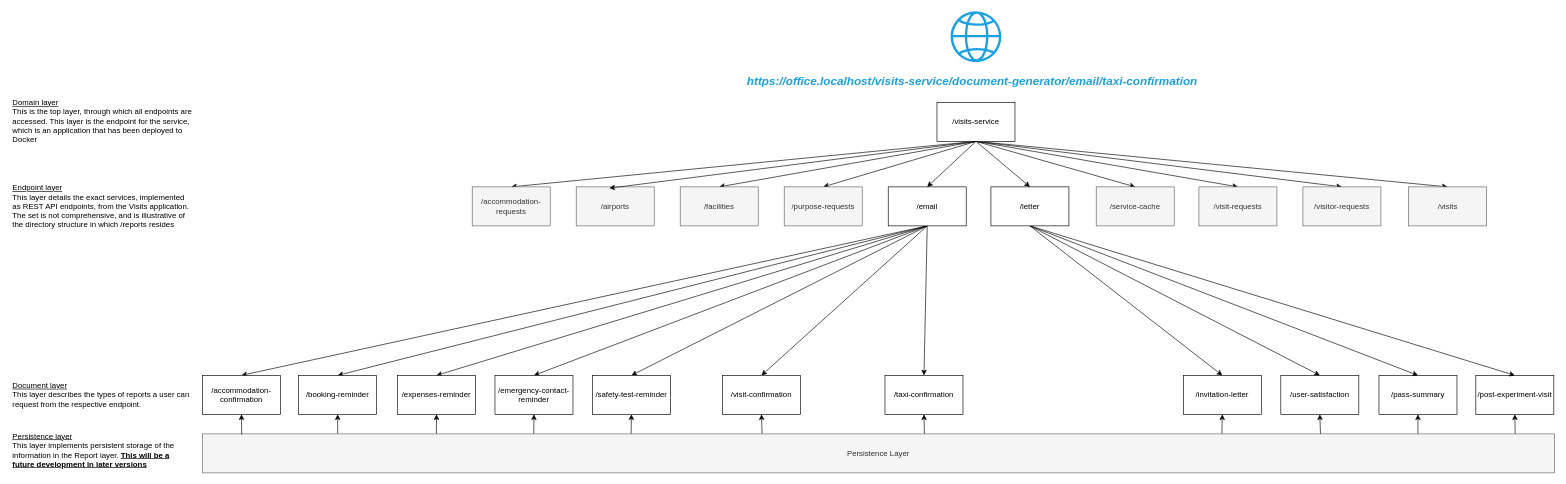
Above: Service URL hierarchy.drawio in ambolt314/FinalProjectDesign (draw.io), before the change. Source tidied: cells renumbered, new cells numbered last; positions are measured from the earlier drawing's top-left corner, leaving out a move shared by most shapes. Both pictures are drawn from the tidied source at 65%, with x=0, y=0 at pixel (11, 11).
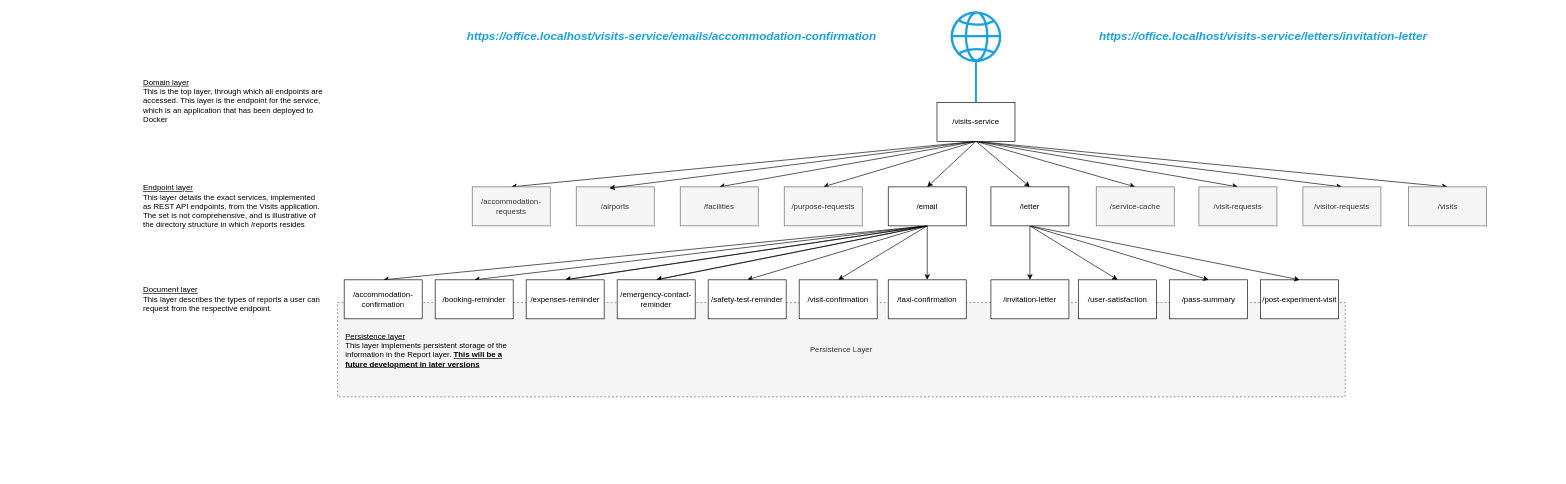
After the change.

Commit message:
Simplified service hierarchy

Unchanged cells that the change refers to:
```xml
<mxCell id="9" value="/visits-service" style="rounded=0;whiteSpace=wrap;html=1;" parent="1" vertex="1">
  <mxGeometry x="1424" y="140" width="120" height="60" as="geometry" />
</mxCell>
<mxCell id="18" value="/email" style="rounded=0;whiteSpace=wrap;html=1;" parent="1" vertex="1">
  <mxGeometry x="1349" y="270" width="120" height="60" as="geometry" />
</mxCell>
<mxCell id="41" style="sketch=0;outlineConnect=0;fillColor=#1BA1E2;strokeColor=#006EAF;dashed=0;verticalLabelPosition=bottom;verticalAlign=top;align=center;html=1;fontSize=12;fontStyle=0;shape=mxgraph.aws4.globe;fontColor=#ffffff;" parent="1" vertex="1">
  <mxGeometry x="1445" width="78" height="78" as="geometry" />
</mxCell>
```

The edit, as a diff of the source:
```diff
@@
+    <mxCell id="61" value="Persistence Layer" style="rounded=0;whiteSpace=wrap;html=1;fillColor=#f5f5f5;fontColor=#333333;strokeColor=#666666;dashed=1;" parent="1" vertex="1">
+      <mxGeometry x="502" y="448" width="1550" height="145" as="geometry" />
+    </mxCell>
@@
     <mxCell id="19" value="/visit-confirmation" style="rounded=0;whiteSpace=wrap;html=1;" parent="1" vertex="1">
-      <mxGeometry x="1094" y="560" width="120" height="60" as="geometry" />
+      <mxGeometry x="1212" y="413" width="120" height="60" as="geometry" />
     </mxCell>
@@
     <mxCell id="27" value="/taxi-confirmation" style="rounded=0;whiteSpace=wrap;html=1;" parent="1" vertex="1">
-      <mxGeometry x="1344" y="560" width="120" height="60" as="geometry" />
+      <mxGeometry x="1349" y="413" width="120" height="60" as="geometry" />
     </mxCell>
     <mxCell id="28" value="/booking-reminder" style="rounded=0;whiteSpace=wrap;html=1;" parent="1" vertex="1">
-      <mxGeometry x="442" y="560" width="120" height="60" as="geometry" />
+      <mxGeometry x="652" y="413" width="120" height="60" as="geometry" />
     </mxCell>
     <mxCell id="29" value="&lt;div align=&quot;left&quot;&gt;&lt;u&gt;Domain layer&lt;/u&gt;&lt;/div&gt;&lt;div align=&quot;left&quot;&gt;This is the top layer, through which all endpoints are accessed. This layer is the endpoint for the service, which is an application that has been deployed to Docker&lt;br&gt;&lt;/div&gt;" style="text;html=1;align=left;verticalAlign=middle;whiteSpace=wrap;rounded=0;" parent="1" vertex="1">
-      <mxGeometry y="154" width="280" height="30" as="geometry" />
+      <mxGeometry x="201" y="123" width="280" height="30" as="geometry" />
     </mxCell>
     <mxCell id="30" value="&lt;u&gt;Document layer&lt;br&gt;&lt;/u&gt;&lt;div align=&quot;left&quot;&gt;This layer describes the types of reports a user can request from the respective endpoint.&lt;br&gt;&lt;/div&gt;" style="text;html=1;align=left;verticalAlign=middle;whiteSpace=wrap;rounded=0;" parent="1" vertex="1">
-      <mxGeometry y="575" width="280" height="30" as="geometry" />
+      <mxGeometry x="201" y="428" width="280" height="30" as="geometry" />
     </mxCell>
     <mxCell id="31" value="/accommodation-confirmation" style="rounded=0;whiteSpace=wrap;html=1;" parent="1" vertex="1">
-      <mxGeometry x="294" y="560" width="120" height="60" as="geometry" />
+      <mxGeometry x="512" y="413" width="120" height="60" as="geometry" />
     </mxCell>
     <mxCell id="32" value="&lt;u&gt;Endpoint layer&lt;/u&gt;&lt;div align=&quot;left&quot;&gt;This layer details the exact services, implemented as REST API endpoints, from the Visits application. The set is not comprehensive, and is illustrative of the directory structure in which /reports resides&lt;br&gt;&lt;/div&gt;" style="text;html=1;align=left;verticalAlign=middle;whiteSpace=wrap;rounded=0;" parent="1" vertex="1">
-      <mxGeometry y="285" width="280" height="30" as="geometry" />
+      <mxGeometry x="201" y="285" width="280" height="30" as="geometry" />
     </mxCell>
-    <mxCell id="33" value="&lt;div align=&quot;left&quot;&gt;&lt;font color=&quot;#1ba1e2&quot;&gt;&lt;i&gt;&lt;font style=&quot;font-size: 18px;&quot;&gt;&lt;b&gt;https://office.localhost/visits-service/document-generator/email/taxi-confirmation&lt;/b&gt;&lt;/font&gt;&lt;/i&gt;&lt;/font&gt;&lt;/div&gt;" style="text;html=1;align=left;verticalAlign=middle;whiteSpace=wrap;rounded=0;" parent="1" vertex="1">
-      <mxGeometry x="1130" y="93" width="708" height="30" as="geometry" />
+    <mxCell id="33" value="&lt;div align=&quot;center&quot;&gt;&lt;font color=&quot;#1ba1e2&quot;&gt;&lt;i&gt;&lt;font style=&quot;font-size: 18px;&quot;&gt;&lt;b&gt;https://office.localhost/visits-service/emails/accommodation-confirmation&lt;/b&gt;&lt;/font&gt;&lt;/i&gt;&lt;/font&gt;&lt;/div&gt;" style="text;html=1;align=center;verticalAlign=middle;whiteSpace=wrap;rounded=0;" parent="1" vertex="1">
+      <mxGeometry x="662" y="24" width="708" height="30" as="geometry" />
     </mxCell>
-    <mxCell id="34" value="/expenses-reminder" style="rounded=0;whiteSpace=wrap;html=1;" parent="1" vertex="1">
-      <mxGeometry x="594" y="560" width="120" height="60" as="geometry" />
-    </mxCell>
     <mxCell id="35" value="/invitation-letter" style="rounded=0;whiteSpace=wrap;html=1;" parent="1" vertex="1">
-      <mxGeometry x="1803" y="560" width="120" height="60" as="geometry" />
+      <mxGeometry x="1507" y="413" width="120" height="60" as="geometry" />
     </mxCell>
     <mxCell id="36" value="/pass-summary" style="rounded=0;whiteSpace=wrap;html=1;" parent="1" vertex="1">
-      <mxGeometry x="2104" y="560" width="120" height="60" as="geometry" />
+      <mxGeometry x="1782" y="413" width="120" height="60" as="geometry" />
     </mxCell>
     <mxCell id="37" value="/post-experiment-visit" style="rounded=0;whiteSpace=wrap;html=1;" parent="1" vertex="1">
-      <mxGeometry x="2253" y="560" width="120" height="60" as="geometry" />
+      <mxGeometry x="1922" y="413" width="120" height="60" as="geometry" />
     </mxCell>
     <mxCell id="38" value="/safety-test-reminder" style="rounded=0;whiteSpace=wrap;html=1;" parent="1" vertex="1">
-      <mxGeometry x="894" y="560" width="120" height="60" as="geometry" />
+      <mxGeometry x="1072" y="413" width="120" height="60" as="geometry" />
     </mxCell>
-    <mxCell id="39" value="/emergency-contact-reminder" style="rounded=0;whiteSpace=wrap;html=1;" parent="1" vertex="1">
-      <mxGeometry x="744" y="560" width="120" height="60" as="geometry" />
-    </mxCell>
     <mxCell id="40" value="/user-satisfaction" style="rounded=0;whiteSpace=wrap;html=1;" parent="1" vertex="1">
-      <mxGeometry x="1953" y="560" width="120" height="60" as="geometry" />
+      <mxGeometry x="1642" y="413" width="120" height="60" as="geometry" />
     </mxCell>
+    <mxCell id="63" style="edgeStyle=orthogonalEdgeStyle;rounded=0;jettySize=auto;html=1;endArrow=none;endFill=0;strokeWidth=3;strokeColor=#1ba1e2;" parent="1" edge="1" source="41" target="9">
+      <mxGeometry relative="1" as="geometry" />
+    </mxCell>
@@
     <mxCell id="50" value="&lt;u&gt;Persistence layer&lt;br&gt;&lt;/u&gt;&lt;div align=&quot;left&quot;&gt;This layer implements persistent storage of the information in the Report layer. &lt;b&gt;&lt;u&gt;This will be a future development in later versions&lt;/u&gt;&lt;/b&gt;&lt;br&gt;&lt;/div&gt;" style="text;html=1;align=left;verticalAlign=middle;whiteSpace=wrap;rounded=0;" parent="1" vertex="1">
-      <mxGeometry y="660" width="280" height="30" as="geometry" />
+      <mxGeometry x="512" y="505.5" width="280" height="30" as="geometry" />
     </mxCell>
-    <mxCell id="51" style="edgeStyle=none;rounded=0;jettySize=auto;html=1;entryX=0.5;entryY=1;entryDx=0;entryDy=0;exitX=0.1;exitY=0.012;exitDx=0;exitDy=0;exitPerimeter=0;" parent="1" edge="1" source="61" target="28">
-      <mxGeometry relative="1" as="geometry" />
-    </mxCell>
-    <mxCell id="52" style="edgeStyle=none;rounded=0;jettySize=auto;html=1;entryX=0.5;entryY=1;entryDx=0;entryDy=0;exitX=0.173;exitY=0.071;exitDx=0;exitDy=0;exitPerimeter=0;" parent="1" edge="1" source="61" target="34">
-      <mxGeometry relative="1" as="geometry" />
-    </mxCell>
-    <mxCell id="53" style="edgeStyle=none;rounded=0;jettySize=auto;html=1;entryX=0.5;entryY=1;entryDx=0;entryDy=0;exitX=0.245;exitY=0.048;exitDx=0;exitDy=0;exitPerimeter=0;" parent="1" edge="1" source="61" target="39">
-      <mxGeometry relative="1" as="geometry" />
-    </mxCell>
-    <mxCell id="54" style="edgeStyle=none;rounded=0;jettySize=auto;html=1;entryX=0.5;entryY=1;entryDx=0;entryDy=0;exitX=0.317;exitY=0.053;exitDx=0;exitDy=0;exitPerimeter=0;" parent="1" edge="1" source="61" target="38">
-      <mxGeometry relative="1" as="geometry" />
-    </mxCell>
-    <mxCell id="55" style="edgeStyle=none;rounded=0;jettySize=auto;html=1;entryX=0.5;entryY=1;entryDx=0;entryDy=0;exitX=0.414;exitY=0.117;exitDx=0;exitDy=0;exitPerimeter=0;" parent="1" edge="1" source="61" target="19">
-      <mxGeometry relative="1" as="geometry" />
-    </mxCell>
-    <mxCell id="56" style="edgeStyle=none;rounded=0;jettySize=auto;html=1;entryX=0.5;entryY=1;entryDx=0;entryDy=0;exitX=0.534;exitY=0.042;exitDx=0;exitDy=0;exitPerimeter=0;" parent="1" edge="1" source="61" target="27">
-      <mxGeometry relative="1" as="geometry" />
-    </mxCell>
-    <mxCell id="57" style="edgeStyle=none;rounded=0;jettySize=auto;html=1;entryX=0.5;entryY=1;entryDx=0;entryDy=0;exitX=0.754;exitY=0.025;exitDx=0;exitDy=0;exitPerimeter=0;" parent="1" edge="1" source="61" target="35">
-      <mxGeometry relative="1" as="geometry" />
-    </mxCell>
-    <mxCell id="58" style="edgeStyle=none;rounded=0;jettySize=auto;html=1;entryX=0.5;entryY=1;entryDx=0;entryDy=0;exitX=0.827;exitY=0.065;exitDx=0;exitDy=0;exitPerimeter=0;" parent="1" edge="1" source="61" target="40">
-      <mxGeometry relative="1" as="geometry" />
-    </mxCell>
-    <mxCell id="59" style="edgeStyle=none;rounded=0;jettySize=auto;html=1;entryX=0.5;entryY=1;entryDx=0;entryDy=0;exitX=0.899;exitY=0.051;exitDx=0;exitDy=0;exitPerimeter=0;" parent="1" edge="1" source="61" target="36">
-      <mxGeometry relative="1" as="geometry" />
-    </mxCell>
-    <mxCell id="60" style="edgeStyle=none;rounded=0;jettySize=auto;html=1;entryX=0.5;entryY=1;entryDx=0;entryDy=0;exitX=0.971;exitY=0.08;exitDx=0;exitDy=0;exitPerimeter=0;" parent="1" edge="1" source="61" target="37">
-      <mxGeometry relative="1" as="geometry" />
-    </mxCell>
-    <mxCell id="61" value="Persistence Layer" style="rounded=0;whiteSpace=wrap;html=1;fillColor=#f5f5f5;fontColor=#333333;strokeColor=#666666;" parent="1" vertex="1">
-      <mxGeometry x="294" y="650" width="2080" height="60" as="geometry" />
-    </mxCell>
-    <mxCell id="62" style="edgeStyle=none;rounded=0;jettySize=auto;html=1;entryX=0.5;entryY=1;entryDx=0;entryDy=0;exitX=0.029;exitY=0.017;exitDx=0;exitDy=0;exitPerimeter=0;" parent="1" edge="1" source="61" target="31">
-      <mxGeometry relative="1" as="geometry" />
-    </mxCell>
+    <mxCell id="64" style="edgeStyle=none;rounded=0;jettySize=auto;html=1;entryX=0.5;entryY=0;entryDx=0;entryDy=0;exitX=0.5;exitY=1;exitDx=0;exitDy=0;" parent="1" edge="1" source="18" target="39">
+      <mxGeometry relative="1" as="geometry" />
+    </mxCell>
+    <mxCell id="39" value="/emergency-contact-reminder" style="rounded=0;whiteSpace=wrap;html=1;" parent="1" vertex="1">
+      <mxGeometry x="932" y="413" width="120" height="60" as="geometry" />
+    </mxCell>
+    <mxCell id="65" style="edgeStyle=none;rounded=0;jettySize=auto;html=1;entryX=0.5;entryY=0;entryDx=0;entryDy=0;exitX=0.5;exitY=1;exitDx=0;exitDy=0;" parent="1" edge="1" source="18" target="34">
+      <mxGeometry relative="1" as="geometry" />
+    </mxCell>
+    <mxCell id="34" value="/expenses-reminder" style="rounded=0;whiteSpace=wrap;html=1;" parent="1" vertex="1">
+      <mxGeometry x="792" y="413" width="120" height="60" as="geometry" />
+    </mxCell>
+    <mxCell id="66" value="&lt;div align=&quot;center&quot;&gt;&lt;font color=&quot;#1ba1e2&quot;&gt;&lt;i&gt;&lt;font style=&quot;font-size: 18px;&quot;&gt;&lt;b&gt;https://office.localhost/visits-service/letters/invitation-letter&lt;/b&gt;&lt;/font&gt;&lt;/i&gt;&lt;/font&gt;&lt;/div&gt;" style="text;html=1;align=center;verticalAlign=middle;whiteSpace=wrap;rounded=0;" parent="1" vertex="1">
+      <mxGeometry x="1572" y="24" width="708" height="30" as="geometry" />
+    </mxCell>
```
